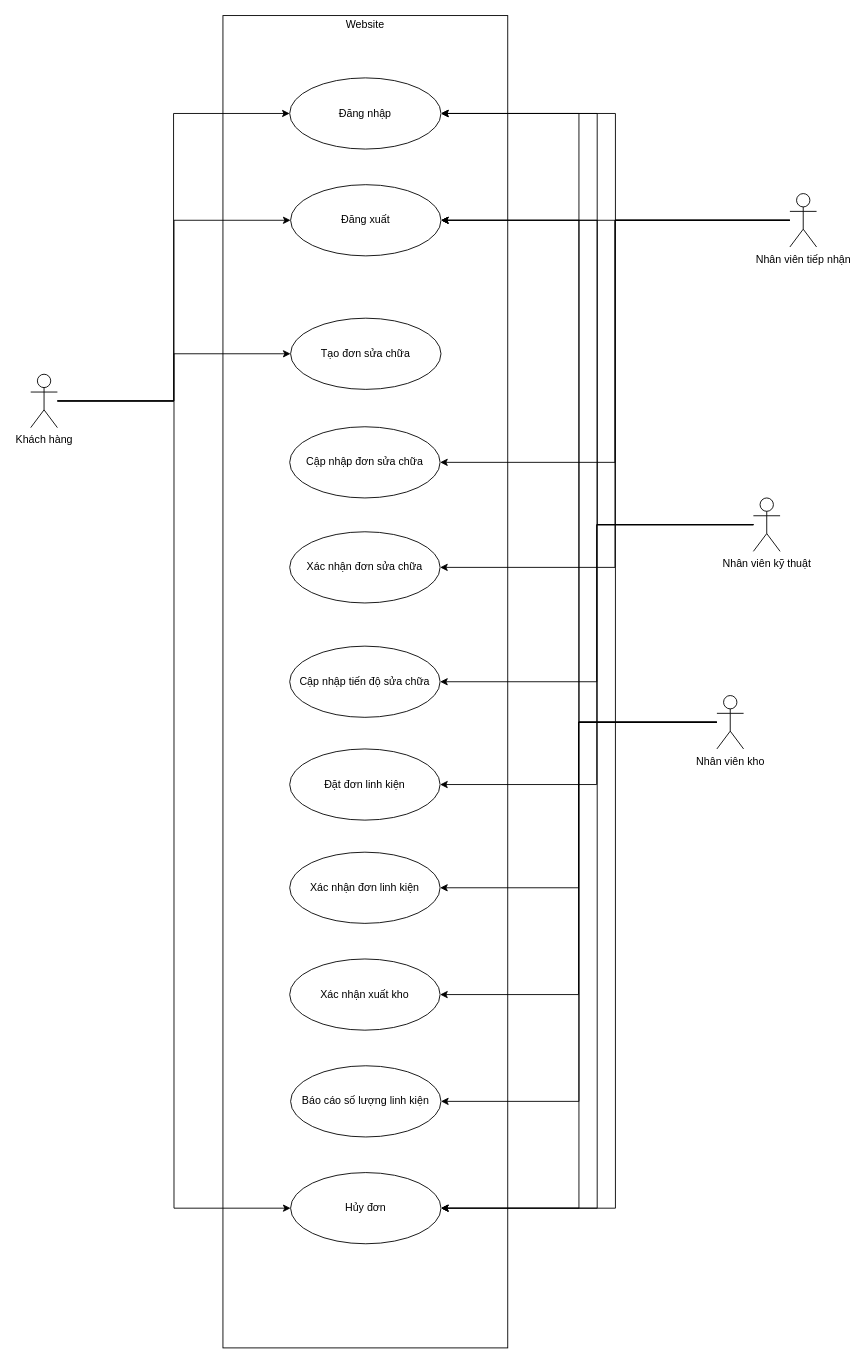
The draw.io diagram Drawio/UserCage_KTLYC_DA.drawio in Comotcaiten/KTLYC_Prototype, before the edit. Source tidied: cells renumbered, new cells numbered last; positions are measured from the earlier drawing's top-left corner, leaving out a move shared by most shapes. Both pictures are drawn from the tidied source at 89%, with x=0, y=0 at pixel (30, 15).
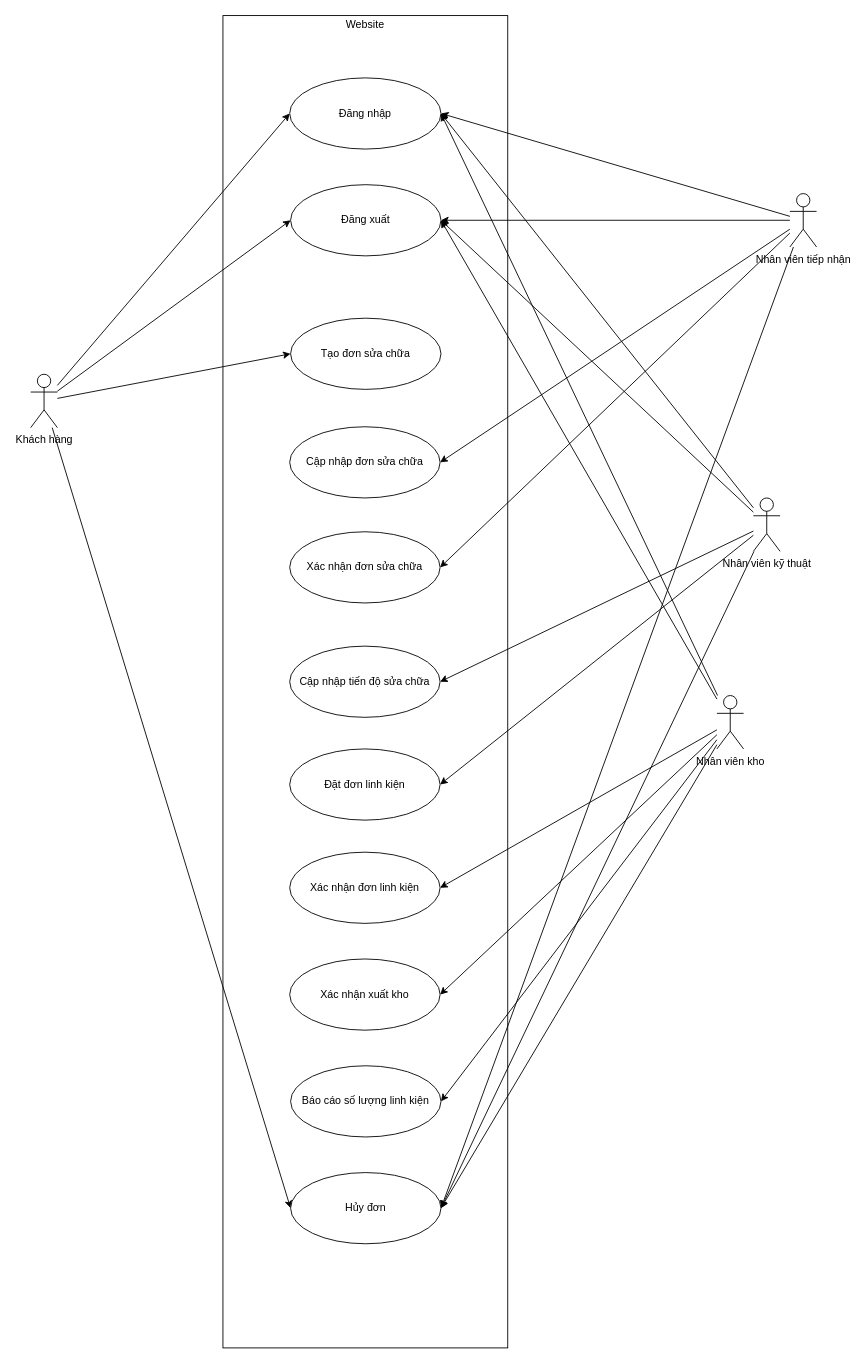
The same page after the edit.

The change refers to these unchanged cells:
```xml
<mxCell id="8" value="Nhân viên kỹ thuật" style="shape=umlActor;verticalLabelPosition=bottom;verticalAlign=top;html=1;outlineConnect=0;" parent="1" vertex="1">
  <mxGeometry x="812" y="542" width="30" height="60" as="geometry" />
</mxCell>
<mxCell id="14" value="Nhân viên tiếp nhận" style="shape=umlActor;verticalLabelPosition=bottom;verticalAlign=top;html=1;outlineConnect=0;" parent="1" vertex="1">
  <mxGeometry x="853" y="200" width="30" height="60" as="geometry" />
</mxCell>
<mxCell id="15" value="Đăng xuất" style="ellipse;whiteSpace=wrap;html=1;" parent="1" vertex="1">
  <mxGeometry x="292" y="190" width="169" height="80" as="geometry" />
</mxCell>
<mxCell id="16" value="Đăng nhập" style="ellipse;whiteSpace=wrap;html=1;" parent="1" vertex="1">
  <mxGeometry x="291" y="70" width="170" height="80" as="geometry" />
</mxCell>
<mxCell id="21" value="Khách hàng" style="shape=umlActor;verticalLabelPosition=bottom;verticalAlign=top;html=1;outlineConnect=0;" parent="1" vertex="1">
  <mxGeometry y="403" width="30" height="60" as="geometry" />
</mxCell>
<mxCell id="28" value="Nhân viên kho" style="shape=umlActor;verticalLabelPosition=bottom;verticalAlign=top;html=1;outlineConnect=0;" parent="1" vertex="1">
  <mxGeometry x="771" y="764" width="30" height="60" as="geometry" />
</mxCell>
<mxCell id="29" value="Tạo đơn sửa chữa" style="ellipse;whiteSpace=wrap;html=1;" parent="1" vertex="1">
  <mxGeometry x="292" y="340" width="169" height="80" as="geometry" />
</mxCell>
<mxCell id="30" value="Cập nhập đơn sửa chữa" style="ellipse;whiteSpace=wrap;html=1;" parent="1" vertex="1">
  <mxGeometry x="291" y="462" width="169" height="80" as="geometry" />
</mxCell>
<mxCell id="31" value="Xác nhận đơn sửa chữa" style="ellipse;whiteSpace=wrap;html=1;" parent="1" vertex="1">
  <mxGeometry x="291" y="580" width="169" height="80" as="geometry" />
</mxCell>
<mxCell id="32" value="Cập nhập tiến độ sửa chữa" style="ellipse;whiteSpace=wrap;html=1;" parent="1" vertex="1">
  <mxGeometry x="291" y="708.5" width="169" height="80" as="geometry" />
</mxCell>
<mxCell id="33" value="Đặt đơn linh kiện" style="ellipse;whiteSpace=wrap;html=1;" parent="1" vertex="1">
  <mxGeometry x="291" y="824" width="169" height="80" as="geometry" />
</mxCell>
<mxCell id="34" value="Xác nhận đơn linh kiện" style="ellipse;whiteSpace=wrap;html=1;" parent="1" vertex="1">
  <mxGeometry x="291" y="940" width="169" height="80" as="geometry" />
</mxCell>
<mxCell id="35" value="Xác nhận xuất kho" style="ellipse;whiteSpace=wrap;html=1;" parent="1" vertex="1">
  <mxGeometry x="291" y="1060" width="169" height="80" as="geometry" />
</mxCell>
<mxCell id="36" value="Báo cáo số lượng linh kiện" style="ellipse;whiteSpace=wrap;html=1;" parent="1" vertex="1">
  <mxGeometry x="292" y="1180" width="169" height="80" as="geometry" />
</mxCell>
<mxCell id="37" value="Hủy đơn" style="ellipse;whiteSpace=wrap;html=1;" parent="1" vertex="1">
  <mxGeometry x="292" y="1300" width="169" height="80" as="geometry" />
</mxCell>
```

What changed in the source:
```diff
@@
-    <mxCell id="3" style="edgeStyle=orthogonalEdgeStyle;rounded=0;jettySize=auto;html=1;entryX=1;entryY=0.5;entryDx=0;entryDy=0;" parent="1" edge="1" source="8" target="16">
+    <mxCell id="3" style="rounded=0;jettySize=auto;html=1;entryX=1;entryY=0.5;entryDx=0;entryDy=0;" parent="1" edge="1" source="8" target="16">
       <mxGeometry relative="1" as="geometry" />
     </mxCell>
-    <mxCell id="4" style="edgeStyle=orthogonalEdgeStyle;rounded=0;jettySize=auto;html=1;entryX=1;entryY=0.5;entryDx=0;entryDy=0;" parent="1" edge="1" source="8" target="15">
+    <mxCell id="4" style="rounded=0;jettySize=auto;html=1;entryX=1;entryY=0.5;entryDx=0;entryDy=0;" parent="1" edge="1" source="8" target="15">
       <mxGeometry relative="1" as="geometry" />
     </mxCell>
-    <mxCell id="5" style="edgeStyle=orthogonalEdgeStyle;rounded=0;jettySize=auto;html=1;entryX=1;entryY=0.5;entryDx=0;entryDy=0;" parent="1" edge="1" source="8" target="32">
+    <mxCell id="5" style="rounded=0;jettySize=auto;html=1;entryX=1;entryY=0.5;entryDx=0;entryDy=0;" parent="1" edge="1" source="8" target="32">
       <mxGeometry relative="1" as="geometry" />
     </mxCell>
-    <mxCell id="6" style="edgeStyle=orthogonalEdgeStyle;rounded=0;jettySize=auto;html=1;entryX=1;entryY=0.5;entryDx=0;entryDy=0;" parent="1" edge="1" source="8" target="33">
+    <mxCell id="6" style="rounded=0;jettySize=auto;html=1;entryX=1;entryY=0.5;entryDx=0;entryDy=0;" parent="1" edge="1" source="8" target="33">
       <mxGeometry relative="1" as="geometry" />
     </mxCell>
-    <mxCell id="7" style="edgeStyle=orthogonalEdgeStyle;rounded=0;jettySize=auto;html=1;entryX=1;entryY=0.5;entryDx=0;entryDy=0;" parent="1" edge="1" source="8" target="37">
+    <mxCell id="7" style="rounded=0;jettySize=auto;html=1;entryX=1;entryY=0.5;entryDx=0;entryDy=0;" parent="1" edge="1" source="8" target="37">
       <mxGeometry relative="1" as="geometry" />
     </mxCell>
@@
-    <mxCell id="9" style="edgeStyle=orthogonalEdgeStyle;rounded=0;jettySize=auto;html=1;" parent="1" edge="1" source="14" target="15">
+    <mxCell id="9" style="rounded=0;jettySize=auto;html=1;" parent="1" edge="1" source="14" target="15">
       <mxGeometry relative="1" as="geometry" />
     </mxCell>
-    <mxCell id="10" style="edgeStyle=orthogonalEdgeStyle;rounded=0;jettySize=auto;html=1;entryX=1;entryY=0.5;entryDx=0;entryDy=0;" parent="1" edge="1" source="14" target="16">
+    <mxCell id="10" style="rounded=0;jettySize=auto;html=1;entryX=1;entryY=0.5;entryDx=0;entryDy=0;" parent="1" edge="1" source="14" target="16">
       <mxGeometry relative="1" as="geometry" />
     </mxCell>
-    <mxCell id="11" style="edgeStyle=orthogonalEdgeStyle;rounded=0;jettySize=auto;html=1;entryX=1;entryY=0.5;entryDx=0;entryDy=0;" parent="1" edge="1" source="14" target="30">
+    <mxCell id="11" style="rounded=0;jettySize=auto;html=1;entryX=1;entryY=0.5;entryDx=0;entryDy=0;" parent="1" edge="1" source="14" target="30">
       <mxGeometry relative="1" as="geometry" />
     </mxCell>
-    <mxCell id="12" style="edgeStyle=orthogonalEdgeStyle;rounded=0;jettySize=auto;html=1;entryX=1;entryY=0.5;entryDx=0;entryDy=0;" parent="1" edge="1" source="14" target="31">
+    <mxCell id="12" style="rounded=0;jettySize=auto;html=1;entryX=1;entryY=0.5;entryDx=0;entryDy=0;" parent="1" edge="1" source="14" target="31">
       <mxGeometry relative="1" as="geometry" />
     </mxCell>
-    <mxCell id="13" style="edgeStyle=orthogonalEdgeStyle;rounded=0;jettySize=auto;html=1;entryX=1;entryY=0.5;entryDx=0;entryDy=0;" parent="1" edge="1" source="14" target="37">
+    <mxCell id="13" style="rounded=0;jettySize=auto;html=1;entryX=1;entryY=0.5;entryDx=0;entryDy=0;" parent="1" edge="1" source="14" target="37">
       <mxGeometry relative="1" as="geometry" />
     </mxCell>
@@
-    <mxCell id="17" style="edgeStyle=orthogonalEdgeStyle;rounded=0;jettySize=auto;html=1;entryX=0;entryY=0.5;entryDx=0;entryDy=0;" parent="1" edge="1" source="21" target="16">
+    <mxCell id="17" style="rounded=0;jettySize=auto;html=1;entryX=0;entryY=0.5;entryDx=0;entryDy=0;" parent="1" edge="1" source="21" target="16">
       <mxGeometry relative="1" as="geometry" />
     </mxCell>
-    <mxCell id="18" style="edgeStyle=orthogonalEdgeStyle;rounded=0;jettySize=auto;html=1;entryX=0;entryY=0.5;entryDx=0;entryDy=0;" parent="1" edge="1" source="21" target="15">
+    <mxCell id="18" style="rounded=0;jettySize=auto;html=1;entryX=0;entryY=0.5;entryDx=0;entryDy=0;" parent="1" edge="1" source="21" target="15">
       <mxGeometry relative="1" as="geometry" />
     </mxCell>
-    <mxCell id="19" style="edgeStyle=orthogonalEdgeStyle;rounded=0;jettySize=auto;html=1;entryX=0;entryY=0.5;entryDx=0;entryDy=0;" parent="1" edge="1" source="21" target="29">
+    <mxCell id="19" style="rounded=0;jettySize=auto;html=1;entryX=0;entryY=0.5;entryDx=0;entryDy=0;" parent="1" edge="1" source="21" target="29">
       <mxGeometry relative="1" as="geometry" />
     </mxCell>
-    <mxCell id="20" style="edgeStyle=orthogonalEdgeStyle;rounded=0;jettySize=auto;html=1;entryX=0;entryY=0.5;entryDx=0;entryDy=0;" parent="1" edge="1" source="21" target="37">
+    <mxCell id="20" style="rounded=0;jettySize=auto;html=1;entryX=0;entryY=0.5;entryDx=0;entryDy=0;" parent="1" edge="1" source="21" target="37">
       <mxGeometry relative="1" as="geometry" />
     </mxCell>
@@
-    <mxCell id="22" style="edgeStyle=orthogonalEdgeStyle;rounded=0;jettySize=auto;html=1;entryX=1;entryY=0.5;entryDx=0;entryDy=0;" parent="1" edge="1" source="28" target="16">
+    <mxCell id="22" style="rounded=0;jettySize=auto;html=1;entryX=1;entryY=0.5;entryDx=0;entryDy=0;" parent="1" edge="1" source="28" target="16">
       <mxGeometry relative="1" as="geometry" />
     </mxCell>
-    <mxCell id="23" style="edgeStyle=orthogonalEdgeStyle;rounded=0;jettySize=auto;html=1;entryX=1;entryY=0.5;entryDx=0;entryDy=0;" parent="1" edge="1" source="28" target="15">
+    <mxCell id="23" style="rounded=0;jettySize=auto;html=1;entryX=1;entryY=0.5;entryDx=0;entryDy=0;" parent="1" edge="1" source="28" target="15">
       <mxGeometry relative="1" as="geometry" />
     </mxCell>
-    <mxCell id="24" style="edgeStyle=orthogonalEdgeStyle;rounded=0;jettySize=auto;html=1;entryX=1;entryY=0.5;entryDx=0;entryDy=0;" parent="1" edge="1" source="28" target="34">
+    <mxCell id="24" style="rounded=0;jettySize=auto;html=1;entryX=1;entryY=0.5;entryDx=0;entryDy=0;" parent="1" edge="1" source="28" target="34">
       <mxGeometry relative="1" as="geometry" />
     </mxCell>
-    <mxCell id="25" style="edgeStyle=orthogonalEdgeStyle;rounded=0;jettySize=auto;html=1;entryX=1;entryY=0.5;entryDx=0;entryDy=0;" parent="1" edge="1" source="28" target="35">
+    <mxCell id="25" style="rounded=0;jettySize=auto;html=1;entryX=1;entryY=0.5;entryDx=0;entryDy=0;" parent="1" edge="1" source="28" target="35">
       <mxGeometry relative="1" as="geometry" />
     </mxCell>
-    <mxCell id="26" style="edgeStyle=orthogonalEdgeStyle;rounded=0;jettySize=auto;html=1;entryX=1;entryY=0.5;entryDx=0;entryDy=0;" parent="1" edge="1" source="28" target="36">
+    <mxCell id="26" style="rounded=0;jettySize=auto;html=1;entryX=1;entryY=0.5;entryDx=0;entryDy=0;" parent="1" edge="1" source="28" target="36">
       <mxGeometry relative="1" as="geometry" />
     </mxCell>
-    <mxCell id="27" style="edgeStyle=orthogonalEdgeStyle;rounded=0;jettySize=auto;html=1;entryX=1;entryY=0.5;entryDx=0;entryDy=0;" parent="1" edge="1" source="28" target="37">
+    <mxCell id="27" style="rounded=0;jettySize=auto;html=1;entryX=1;entryY=0.5;entryDx=0;entryDy=0;" parent="1" edge="1" source="28" target="37">
       <mxGeometry relative="1" as="geometry" />
     </mxCell>
```
